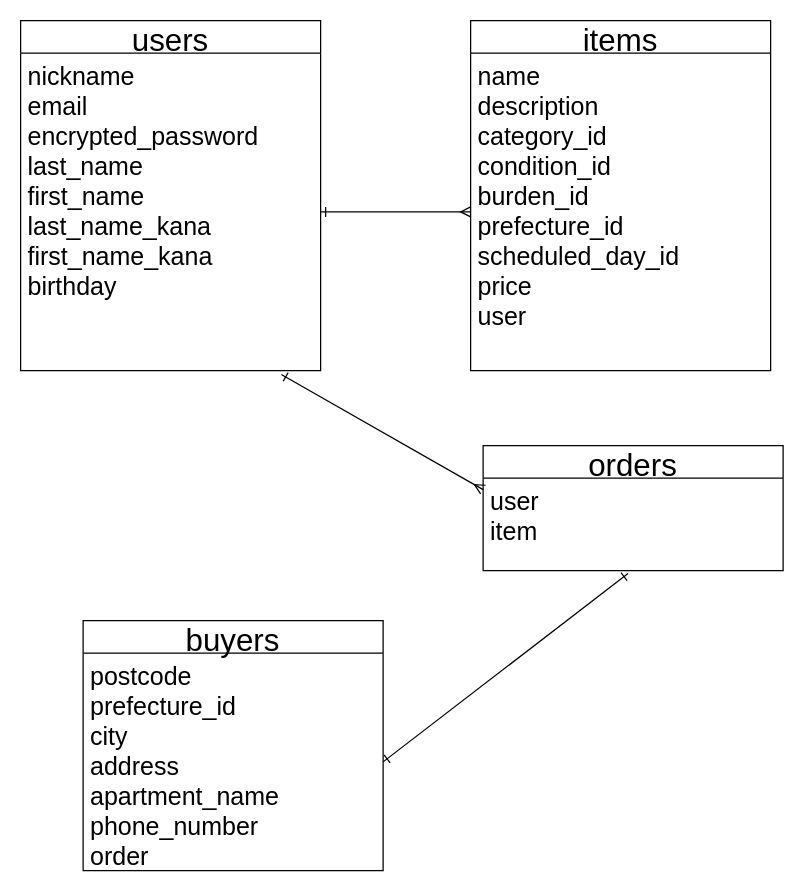
Earlier version of the draw.io diagram test.dio (yuyare97/furima-37355). Source tidied: cells renumbered, new cells numbered last; positions are measured from the earlier drawing's top-left corner, leaving out a move shared by most shapes. Both pictures are drawn from the tidied source at 125%, with x=0, y=0 at pixel (20, 20).
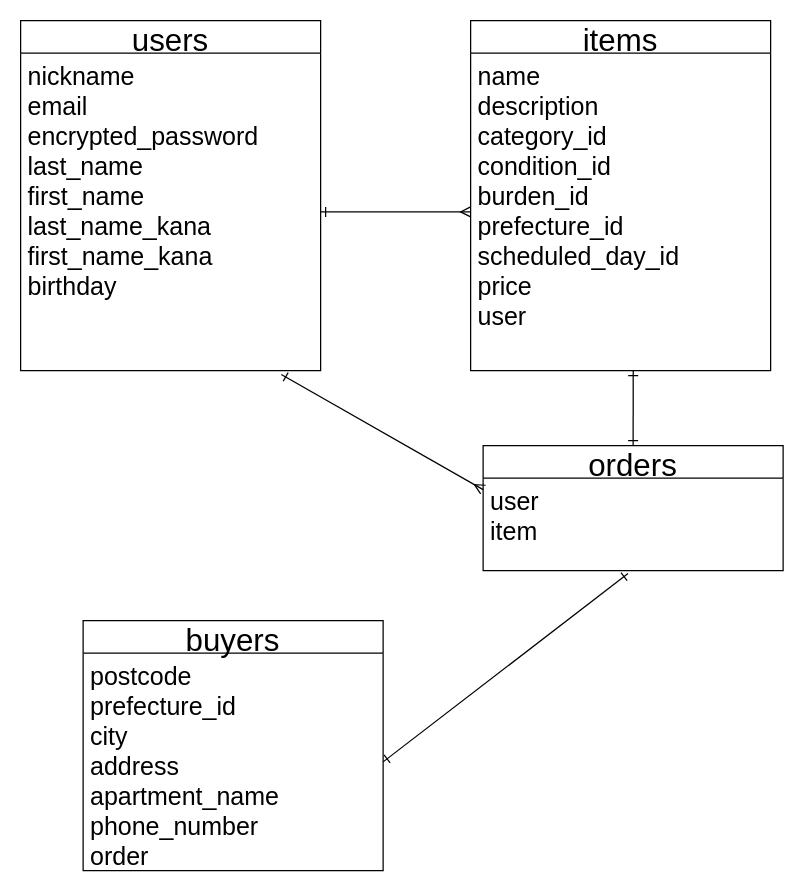
Above is the later version.

What changed in the source:
```diff
@@
 <mxGraphModel>
   <root>
     <mxCell id="0" />
     <mxCell id="1" parent="0" />
     <mxCell id="2" value="users" style="swimlane;fontStyle=0;horizontal=1;startSize=26;align=center;fontSize=25;" parent="1" vertex="1">
       <mxGeometry width="240" height="280" as="geometry" />
     </mxCell>
     <mxCell id="3" value="nickname&#10;email&#10;encrypted_password&#10;last_name&#10;first_name&#10;last_name_kana&#10;first_name_kana&#10;birthday" style="text;strokeColor=none;fillColor=none;spacingLeft=4;spacingRight=4;overflow=hidden;points=[[0,0.5],[1,0.5]];portConstraint=eastwest;fontSize=20;align=left;" parent="2" vertex="1">
       <mxGeometry y="26" width="240" height="254" as="geometry" />
     </mxCell>
     <mxCell id="4" value="items" style="swimlane;fontStyle=0;horizontal=1;startSize=26;align=center;fontSize=25;" parent="1" vertex="1">
       <mxGeometry x="360" width="240" height="280" as="geometry" />
     </mxCell>
     <mxCell id="5" value="name&#10;description&#10;category_id&#10;condition_id&#10;burden_id&#10;prefecture_id&#10;scheduled_day_id&#10;price&#10;user&#10;" style="text;strokeColor=none;fillColor=none;spacingLeft=4;spacingRight=4;overflow=hidden;points=[[0,0.5],[1,0.5]];portConstraint=eastwest;fontSize=20;" parent="4" vertex="1">
       <mxGeometry y="26" width="240" height="254" as="geometry" />
     </mxCell>
     <mxCell id="6" style="edgeStyle=none;html=1;exitX=1;exitY=0.5;exitDx=0;exitDy=0;entryX=0;entryY=0.5;entryDx=0;entryDy=0;fontSize=20;endArrow=ERmany;endFill=0;startArrow=ERone;startFill=0;" parent="1" edge="1" source="3" target="5">
       <mxGeometry relative="1" as="geometry" />
     </mxCell>
     <mxCell id="7" value="buyers" style="swimlane;fontStyle=0;horizontal=1;startSize=26;align=center;fontSize=25;" parent="1" vertex="1">
       <mxGeometry x="50" y="480" width="240" height="200" as="geometry" />
     </mxCell>
     <mxCell id="8" value="postcode&#10;prefecture_id&#10;city&#10;address&#10;apartment_name&#10;phone_number&#10;order" style="text;strokeColor=none;fillColor=none;spacingLeft=4;spacingRight=4;overflow=hidden;points=[[0,0.5],[1,0.5]];portConstraint=eastwest;fontSize=20;" parent="7" vertex="1">
       <mxGeometry y="26" width="240" height="174" as="geometry" />
     </mxCell>
+    <mxCell id="13" style="edgeStyle=none;html=1;exitX=0.5;exitY=0;exitDx=0;exitDy=0;entryX=0.542;entryY=1;entryDx=0;entryDy=0;entryPerimeter=0;endArrow=ERone;endFill=0;startArrow=ERone;startFill=0;" parent="1" edge="1" source="9" target="5">
+      <mxGeometry relative="1" as="geometry" />
+    </mxCell>
     <mxCell id="9" value="orders" style="swimlane;fontStyle=0;horizontal=1;startSize=26;align=center;fontSize=25;" parent="1" vertex="1">
       <mxGeometry x="370" y="340" width="240" height="100" as="geometry" />
     </mxCell>
     <mxCell id="10" value="user&#10;item" style="text;strokeColor=none;fillColor=none;spacingLeft=4;spacingRight=4;overflow=hidden;points=[[0,0.5],[1,0.5]];portConstraint=eastwest;fontSize=20;" parent="9" vertex="1">
       <mxGeometry y="26" width="240" height="74" as="geometry" />
     </mxCell>
     <mxCell id="11" style="edgeStyle=none;html=1;exitX=0;exitY=0.124;exitDx=0;exitDy=0;entryX=0.869;entryY=1.012;entryDx=0;entryDy=0;entryPerimeter=0;fontSize=20;startArrow=ERmany;startFill=0;endArrow=ERone;endFill=0;exitPerimeter=0;" parent="1" edge="1" source="10" target="3">
       <mxGeometry relative="1" as="geometry" />
     </mxCell>
     <mxCell id="12" style="edgeStyle=none;html=1;exitX=1;exitY=0.5;exitDx=0;exitDy=0;entryX=0.483;entryY=1.032;entryDx=0;entryDy=0;entryPerimeter=0;fontSize=20;startArrow=ERone;startFill=0;endArrow=ERone;endFill=0;" parent="1" edge="1" source="8" target="10">
       <mxGeometry relative="1" as="geometry" />
     </mxCell>
   </root>
 </mxGraphModel>
```
